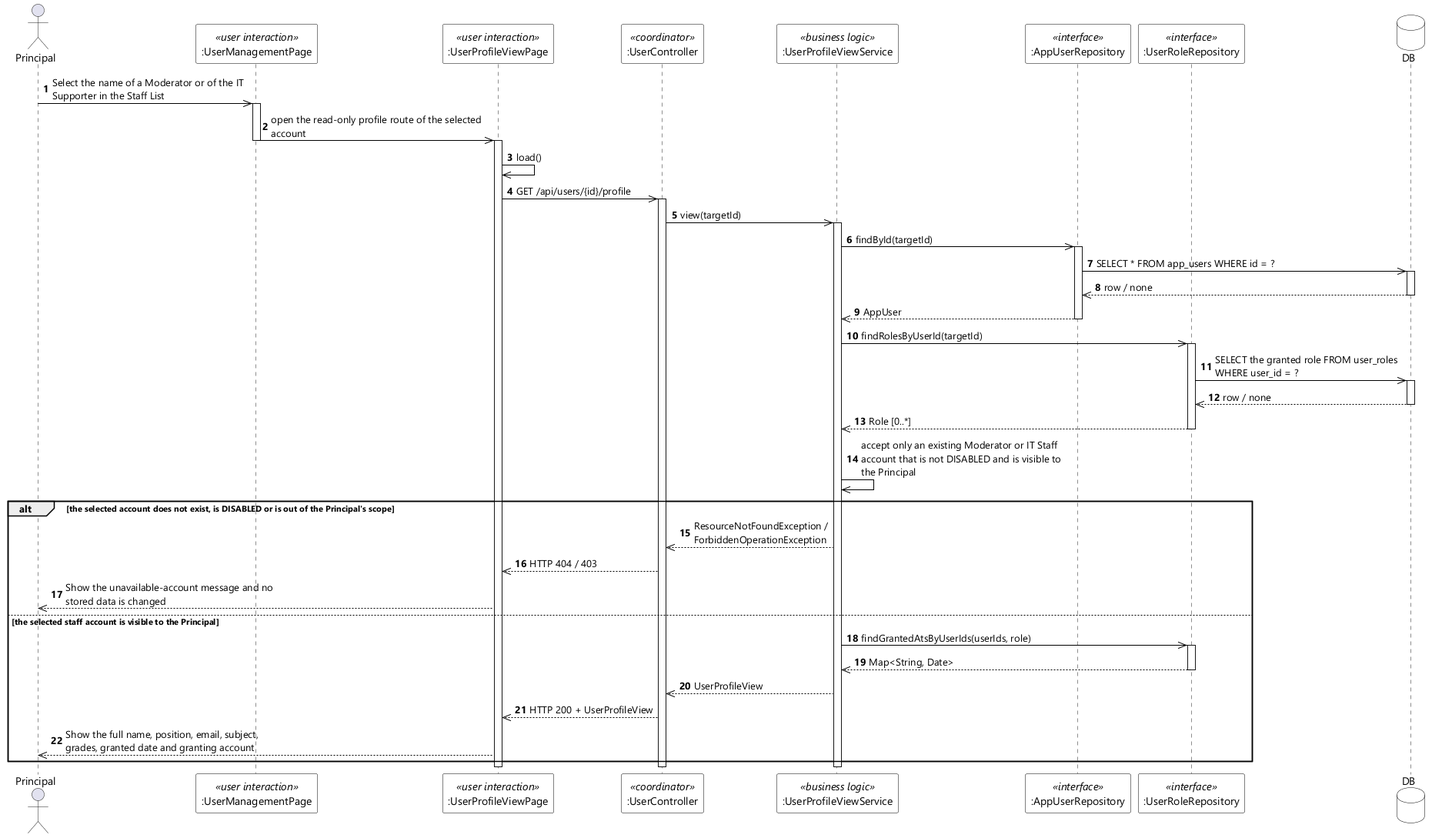
The PlantUML diagram designs/sds-diagrams/uc103/uc103-sequence-diagram-stereo.png in EduA-system/EduA-system, before a commit.
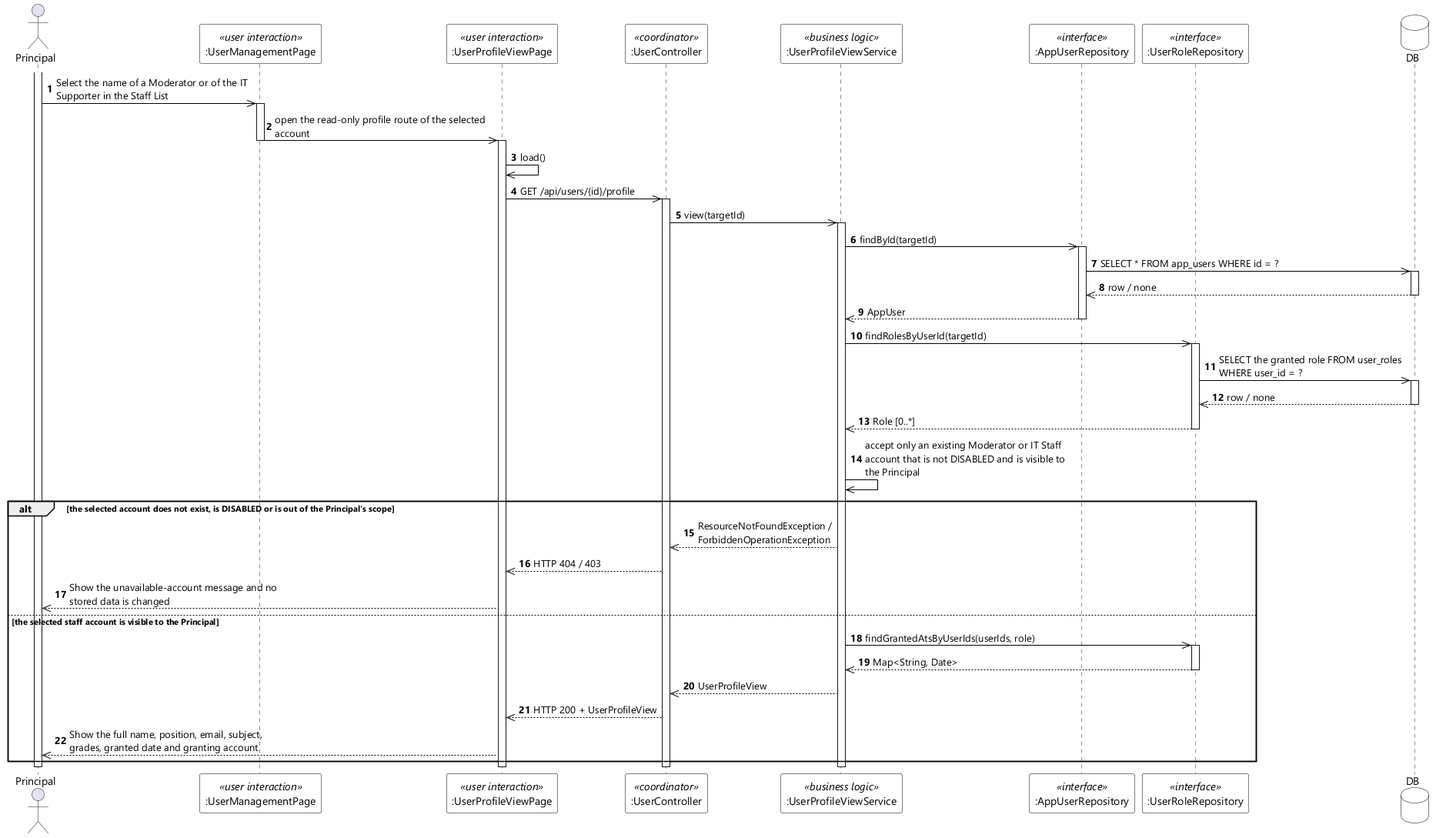
Above is the later version.

Diff of the diagram source:
```diff
@@ -20,6 +20,7 @@
 database DB
 
 autonumber
+activate Principal
 Principal ->> LIST : Select the name of a Moderator or of the IT Supporter in the Staff List
 activate LIST
 LIST ->> UI : open the read-only profile route of the selected account
@@ -64,4 +65,5 @@
 deactivate SVC
 deactivate CTL
 deactivate UI
+deactivate Principal
 @enduml
```
